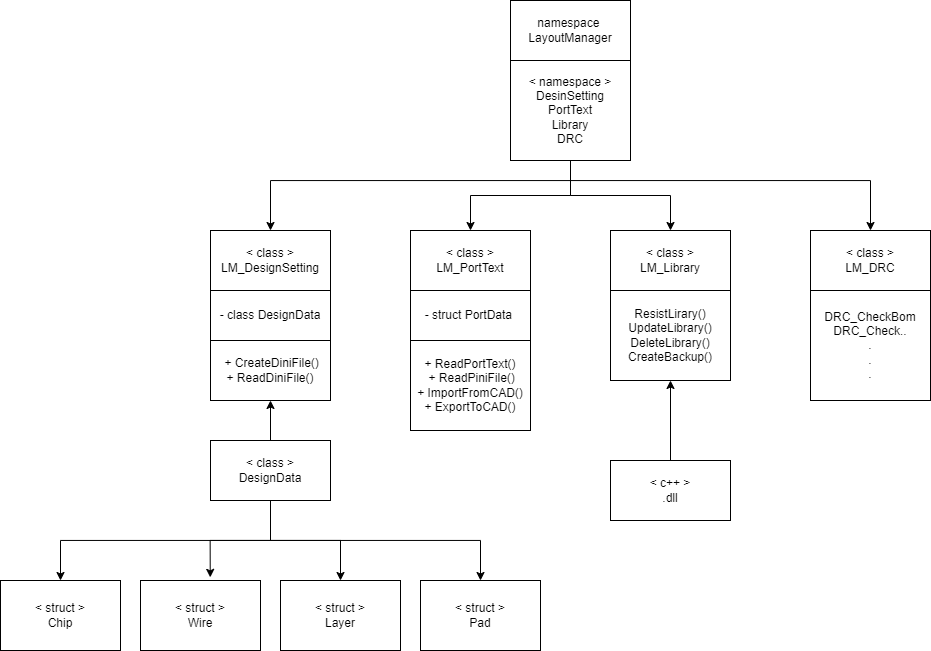
Before: MyDll/ClassDiagram.drawio.png, a diagram exported from draw.io (ethanVodka/CppToCSharp). Source tidied: cells renumbered, new cells last; positions are measured from the earlier drawing's top-left corner, leaving out a move shared by most shapes. Source of this version:
```xml
<mxGraphModel>
  <root>
    <mxCell id="0" />
    <mxCell id="1" parent="0" />
    <mxCell id="2" style="edgeStyle=orthogonalEdgeStyle;rounded=0;jettySize=auto;html=1;exitX=0.5;exitY=1;exitDx=0;exitDy=0;entryX=0.5;entryY=0;entryDx=0;entryDy=0;" parent="1" edge="1" source="6" target="7">
      <mxGeometry relative="1" as="geometry">
        <Array as="points">
          <mxPoint x="570" y="180" />
          <mxPoint x="270" y="180" />
        </Array>
      </mxGeometry>
    </mxCell>
    <mxCell id="3" style="edgeStyle=orthogonalEdgeStyle;rounded=0;jettySize=auto;html=1;exitX=0.5;exitY=1;exitDx=0;exitDy=0;" parent="1" edge="1" source="6" target="8">
      <mxGeometry relative="1" as="geometry" />
    </mxCell>
    <mxCell id="4" style="edgeStyle=orthogonalEdgeStyle;rounded=0;jettySize=auto;html=1;exitX=0.5;exitY=1;exitDx=0;exitDy=0;" parent="1" edge="1" source="6" target="9">
      <mxGeometry relative="1" as="geometry" />
    </mxCell>
    <mxCell id="5" style="edgeStyle=orthogonalEdgeStyle;rounded=0;jettySize=auto;html=1;exitX=0.5;exitY=1;exitDx=0;exitDy=0;" parent="1" edge="1" source="6" target="10">
      <mxGeometry relative="1" as="geometry">
        <Array as="points">
          <mxPoint x="570" y="180" />
          <mxPoint x="870" y="180" />
        </Array>
      </mxGeometry>
    </mxCell>
    <mxCell id="6" value="&amp;lt; namespace &amp;gt;&lt;br&gt;DesinSetting&lt;br&gt;PortText&lt;br&gt;Library&lt;br&gt;DRC" style="rounded=0;whiteSpace=wrap;html=1;" parent="1" vertex="1">
      <mxGeometry x="510" y="60" width="120" height="100" as="geometry" />
    </mxCell>
    <mxCell id="7" value="&amp;lt; class &amp;gt;&lt;br&gt;LM_DesignSetting" style="rounded=0;whiteSpace=wrap;html=1;" parent="1" vertex="1">
      <mxGeometry x="210" y="230" width="120" height="60" as="geometry" />
    </mxCell>
    <mxCell id="8" value="&amp;lt; class &amp;gt;&lt;br&gt;LM_PortText" style="rounded=0;whiteSpace=wrap;html=1;" parent="1" vertex="1">
      <mxGeometry x="410" y="230" width="120" height="60" as="geometry" />
    </mxCell>
    <mxCell id="9" value="&amp;lt; class &amp;gt;&lt;br&gt;LM_Library" style="rounded=0;whiteSpace=wrap;html=1;" parent="1" vertex="1">
      <mxGeometry x="610" y="230" width="120" height="60" as="geometry" />
    </mxCell>
    <mxCell id="10" value="&amp;lt; class &amp;gt;&lt;br&gt;LM_DRC" style="rounded=0;whiteSpace=wrap;html=1;" parent="1" vertex="1">
      <mxGeometry x="810" y="230" width="120" height="60" as="geometry" />
    </mxCell>
    <mxCell id="11" value="- struct PortData&amp;nbsp;" style="rounded=0;whiteSpace=wrap;html=1;" parent="1" vertex="1">
      <mxGeometry x="410" y="290" width="120" height="50" as="geometry" />
    </mxCell>
    <mxCell id="12" value="- class DesignData" style="rounded=0;whiteSpace=wrap;html=1;" parent="1" vertex="1">
      <mxGeometry x="210" y="290" width="120" height="50" as="geometry" />
    </mxCell>
    <mxCell id="13" value="ResistLirary()&lt;br&gt;UpdateLibrary()&lt;br&gt;DeleteLibrary()&lt;br&gt;CreateBackup()" style="rounded=0;whiteSpace=wrap;html=1;" parent="1" vertex="1">
      <mxGeometry x="610" y="290" width="120" height="90" as="geometry" />
    </mxCell>
    <mxCell id="14" value="DRC_CheckBom&lt;br&gt;DRC_Check..&lt;br&gt;.&lt;br&gt;.&lt;br&gt;." style="rounded=0;whiteSpace=wrap;html=1;" parent="1" vertex="1">
      <mxGeometry x="810" y="290" width="120" height="110" as="geometry" />
    </mxCell>
    <mxCell id="15" value="namespace&amp;nbsp;&lt;br&gt;LayoutManager" style="rounded=0;whiteSpace=wrap;html=1;" parent="1" vertex="1">
      <mxGeometry x="510" width="120" height="60" as="geometry" />
    </mxCell>
    <mxCell id="16" value="&amp;nbsp;+ CreateDiniFile()&lt;br&gt;+ ReadDiniFile()" style="rounded=0;whiteSpace=wrap;html=1;" parent="1" vertex="1">
      <mxGeometry x="210" y="340" width="120" height="60" as="geometry" />
    </mxCell>
    <mxCell id="17" value="+ ReadPortText()&lt;br&gt;&amp;nbsp;+ ReadPiniFile()&lt;br&gt;+ ImportFromCAD()&lt;br&gt;+ ExportToCAD()&lt;br&gt;" style="rounded=0;whiteSpace=wrap;html=1;" parent="1" vertex="1">
      <mxGeometry x="410" y="340" width="120" height="90" as="geometry" />
    </mxCell>
    <mxCell id="18" style="edgeStyle=orthogonalEdgeStyle;rounded=0;jettySize=auto;html=1;" parent="1" edge="1" source="23" target="26">
      <mxGeometry relative="1" as="geometry" />
    </mxCell>
    <mxCell id="19" style="edgeStyle=orthogonalEdgeStyle;rounded=0;jettySize=auto;html=1;exitX=0.5;exitY=1;exitDx=0;exitDy=0;entryX=0.581;entryY=-0.045;entryDx=0;entryDy=0;entryPerimeter=0;" parent="1" edge="1" source="23" target="25">
      <mxGeometry relative="1" as="geometry" />
    </mxCell>
    <mxCell id="20" style="edgeStyle=orthogonalEdgeStyle;rounded=0;jettySize=auto;html=1;exitX=0.5;exitY=1;exitDx=0;exitDy=0;entryX=0.5;entryY=0;entryDx=0;entryDy=0;" parent="1" edge="1" source="23" target="24">
      <mxGeometry relative="1" as="geometry" />
    </mxCell>
    <mxCell id="21" style="edgeStyle=orthogonalEdgeStyle;rounded=0;jettySize=auto;html=1;exitX=0.5;exitY=1;exitDx=0;exitDy=0;entryX=0.5;entryY=0;entryDx=0;entryDy=0;" parent="1" edge="1" source="23" target="27">
      <mxGeometry relative="1" as="geometry" />
    </mxCell>
    <mxCell id="22" style="edgeStyle=orthogonalEdgeStyle;rounded=0;jettySize=auto;html=1;" parent="1" edge="1" source="23" target="16">
      <mxGeometry relative="1" as="geometry" />
    </mxCell>
    <mxCell id="23" value="&amp;lt; class &amp;gt;&lt;br&gt;DesignData" style="rounded=0;whiteSpace=wrap;html=1;" parent="1" vertex="1">
      <mxGeometry x="210" y="440" width="120" height="60" as="geometry" />
    </mxCell>
    <mxCell id="24" value="&amp;lt; struct &amp;gt;&lt;br&gt;Chip" style="rounded=0;whiteSpace=wrap;html=1;" parent="1" vertex="1">
      <mxGeometry y="580" width="120" height="70" as="geometry" />
    </mxCell>
    <mxCell id="25" value="&amp;lt; struct &amp;gt;&lt;br style=&quot;border-color: var(--border-color);&quot;&gt;Wire" style="rounded=0;whiteSpace=wrap;html=1;" parent="1" vertex="1">
      <mxGeometry x="140" y="580" width="120" height="70" as="geometry" />
    </mxCell>
    <mxCell id="26" value="&amp;lt; struct &amp;gt;&lt;br style=&quot;border-color: var(--border-color);&quot;&gt;Layer" style="rounded=0;whiteSpace=wrap;html=1;" parent="1" vertex="1">
      <mxGeometry x="280" y="580" width="120" height="70" as="geometry" />
    </mxCell>
    <mxCell id="27" value="&amp;lt; struct &amp;gt;&lt;br style=&quot;border-color: var(--border-color);&quot;&gt;Pad" style="rounded=0;whiteSpace=wrap;html=1;" parent="1" vertex="1">
      <mxGeometry x="420" y="580" width="120" height="70" as="geometry" />
    </mxCell>
    <mxCell id="28" value="&amp;lt; c++ &amp;gt;&lt;br&gt;.dll" style="rounded=0;whiteSpace=wrap;html=1;" parent="1" vertex="1">
      <mxGeometry x="610" y="460" width="120" height="60" as="geometry" />
    </mxCell>
    <mxCell id="29" style="endArrow=classic;html=1;rounded=0;exitX=0.5;exitY=0;exitDx=0;exitDy=0;entryX=0.5;entryY=1;entryDx=0;entryDy=0;" parent="1" edge="1" source="28" target="13">
      <mxGeometry relative="1" as="geometry" />
    </mxCell>
  </root>
</mxGraphModel>
```
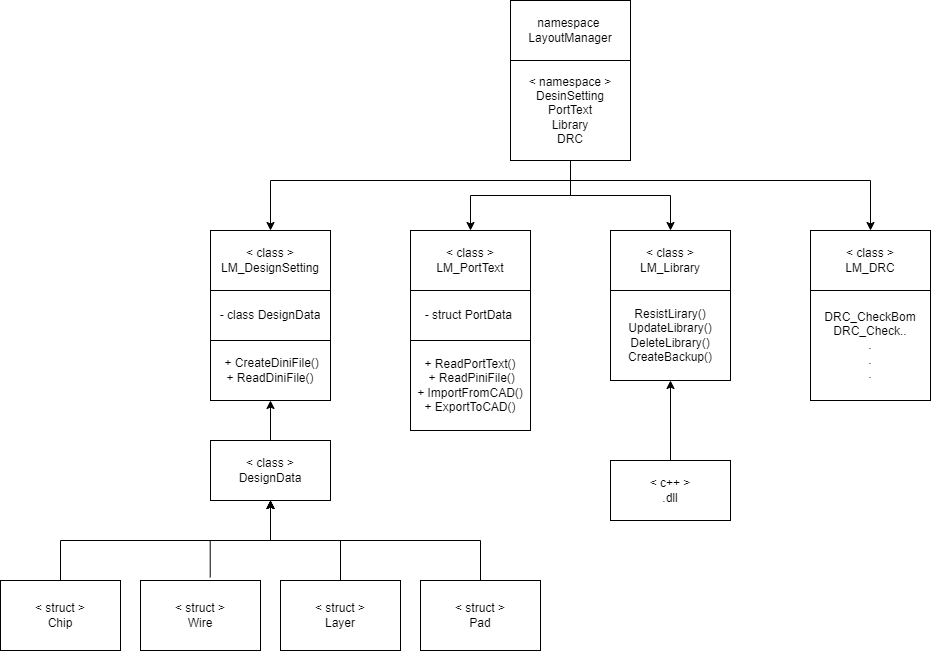
The same diagram one commit later.

Commit message:
ClassDiagram.drawio.png を追加しました。

What changed in the source:
```diff
@@ -60,16 +60,16 @@
     <mxCell id="17" value="+ ReadPortText()&lt;br&gt;&amp;nbsp;+ ReadPiniFile()&lt;br&gt;+ ImportFromCAD()&lt;br&gt;+ ExportToCAD()&lt;br&gt;" style="rounded=0;whiteSpace=wrap;html=1;" parent="1" vertex="1">
       <mxGeometry x="410" y="340" width="120" height="90" as="geometry" />
     </mxCell>
-    <mxCell id="18" style="edgeStyle=orthogonalEdgeStyle;rounded=0;jettySize=auto;html=1;" parent="1" edge="1" source="23" target="26">
+    <mxCell id="18" style="edgeStyle=orthogonalEdgeStyle;rounded=0;jettySize=auto;html=1;" parent="1" edge="1" source="26" target="23">
       <mxGeometry relative="1" as="geometry" />
     </mxCell>
-    <mxCell id="19" style="edgeStyle=orthogonalEdgeStyle;rounded=0;jettySize=auto;html=1;exitX=0.5;exitY=1;exitDx=0;exitDy=0;entryX=0.581;entryY=-0.045;entryDx=0;entryDy=0;entryPerimeter=0;" parent="1" edge="1" source="23" target="25">
+    <mxCell id="19" style="edgeStyle=orthogonalEdgeStyle;rounded=0;jettySize=auto;html=1;exitX=0.581;exitY=-0.045;exitDx=0;exitDy=0;entryX=0.5;entryY=1;entryDx=0;entryDy=0;exitPerimeter=0;" parent="1" edge="1" source="25" target="23">
       <mxGeometry relative="1" as="geometry" />
     </mxCell>
-    <mxCell id="20" style="edgeStyle=orthogonalEdgeStyle;rounded=0;jettySize=auto;html=1;exitX=0.5;exitY=1;exitDx=0;exitDy=0;entryX=0.5;entryY=0;entryDx=0;entryDy=0;" parent="1" edge="1" source="23" target="24">
+    <mxCell id="20" style="edgeStyle=orthogonalEdgeStyle;rounded=0;jettySize=auto;html=1;exitX=0.5;exitY=0;exitDx=0;exitDy=0;entryX=0.5;entryY=1;entryDx=0;entryDy=0;" parent="1" edge="1" source="24" target="23">
       <mxGeometry relative="1" as="geometry" />
     </mxCell>
-    <mxCell id="21" style="edgeStyle=orthogonalEdgeStyle;rounded=0;jettySize=auto;html=1;exitX=0.5;exitY=1;exitDx=0;exitDy=0;entryX=0.5;entryY=0;entryDx=0;entryDy=0;" parent="1" edge="1" source="23" target="27">
+    <mxCell id="21" style="edgeStyle=orthogonalEdgeStyle;rounded=0;jettySize=auto;html=1;exitX=0.5;exitY=0;exitDx=0;exitDy=0;entryX=0.5;entryY=1;entryDx=0;entryDy=0;" parent="1" edge="1" source="27" target="23">
       <mxGeometry relative="1" as="geometry" />
     </mxCell>
     <mxCell id="22" style="edgeStyle=orthogonalEdgeStyle;rounded=0;jettySize=auto;html=1;" parent="1" edge="1" source="23" target="16">
```
